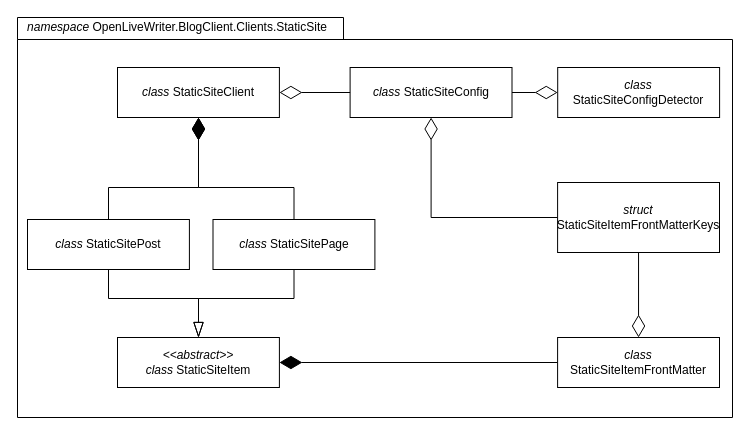
Earlier version of the draw.io diagram docs/diagrams/StaticSiteClassDiagram.drawio (OpenLiveWriter/OpenLiveWriter). Source tidied: cells renumbered, new cells numbered last; positions are measured from the earlier drawing's top-left corner, leaving out a move shared by most shapes. Both pictures are drawn from the tidied source at 100%, with x=0, y=0 at pixel (17, 17).
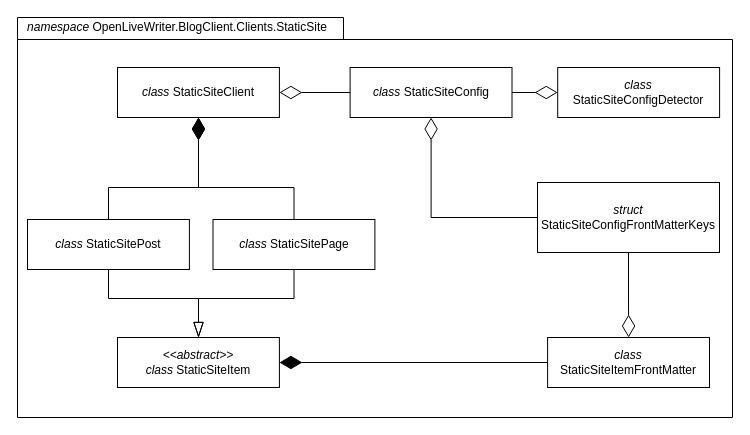
After the change.

Unchanged cells that the change refers to:
```xml
<mxCell id="2" style="group;" parent="1" vertex="1">
  <mxGeometry width="715" height="400" as="geometry" />
</mxCell>
```

Change to the diagram source:
```diff
@@
     <mxCell id="13" value="&lt;i&gt;class &lt;/i&gt;StaticSiteItemFrontMatter" style="html=1;whiteSpace=wrap;" parent="2" vertex="1">
-      <mxGeometry x="540.1" y="320" width="161.9" height="50" as="geometry" />
+      <mxGeometry x="530.1" y="320" width="161.9" height="50" as="geometry" />
     </mxCell>
@@
-    <mxCell id="16" value="&lt;i&gt;struct &lt;/i&gt;StaticSiteItemFrontMatterKeys" style="html=1;whiteSpace=wrap;" parent="2" vertex="1">
-      <mxGeometry x="540.1" y="165" width="161.9" height="70" as="geometry" />
+    <mxCell id="16" value="&lt;i&gt;struct &lt;/i&gt;StaticSiteConfigFrontMatterKeys" style="html=1;whiteSpace=wrap;" parent="2" vertex="1">
+      <mxGeometry x="520" y="165" width="182" height="70" as="geometry" />
     </mxCell>
```
